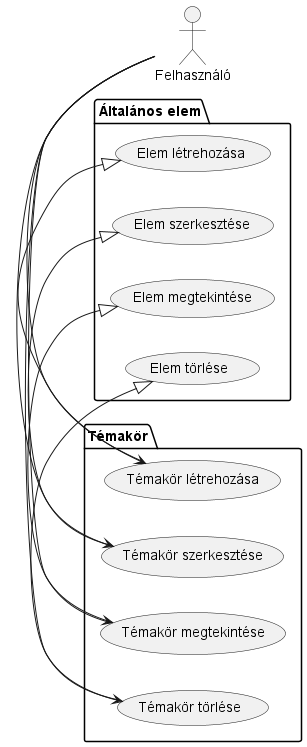
Above: DiplomatervSablon_LaTeX_v1/figures/Topic Diagram.png in LaciProg/Szakdolgozat (PlantUML), before the change. Its diagram source:
```plantuml
@startuml Topic Diagram

left to right direction

actor Felhasználó

package "Általános elem" {
    usecase "Elem létrehozása" as CreateElement
    usecase "Elem szerkesztése" as EditElement
    usecase "Elem megtekintése" as ViewElement
    usecase "Elem törlése" as DeleteElement
}

package "Témakör" {
    usecase "Témakör létrehozása" as CreateTopic
    usecase "Témakör szerkesztése" as EditTopic
    usecase "Témakör megtekintése" as ViewTopic
    usecase "Témakör törlése" as DeleteTopic

    CreateTopic -|> CreateElement
    EditTopic -|> EditElement
    ViewTopic -|> ViewElement
    DeleteTopic -|> DeleteElement
}

Felhasználó -> CreateTopic
Felhasználó -> EditTopic
Felhasználó -> ViewTopic
Felhasználó -> DeleteTopic

@enduml
```
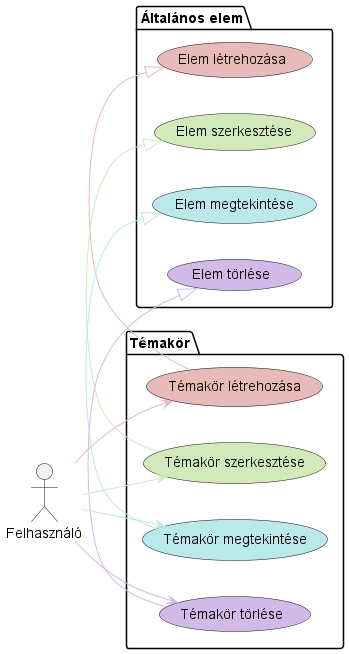
After the commit.

What changed in the source:
```diff
@@ -5,27 +5,27 @@
 actor Felhasználó
 
 package "Általános elem" {
-    usecase "Elem létrehozása" as CreateElement
-    usecase "Elem szerkesztése" as EditElement
-    usecase "Elem megtekintése" as ViewElement
-    usecase "Elem törlése" as DeleteElement
+    usecase "Elem létrehozása" as CreateElement #E9BABA
+    usecase "Elem szerkesztése" as EditElement #D2E9BA
+    usecase "Elem megtekintése" as ViewElement #BAE9E9
+    usecase "Elem törlése" as DeleteElement #D1BAE9
 }
 
 package "Témakör" {
-    usecase "Témakör létrehozása" as CreateTopic
-    usecase "Témakör szerkesztése" as EditTopic
-    usecase "Témakör megtekintése" as ViewTopic
-    usecase "Témakör törlése" as DeleteTopic
+    usecase "Témakör létrehozása" as CreateTopic #E9BABA
+    usecase "Témakör szerkesztése" as EditTopic #D2E9BA
+    usecase "Témakör megtekintése" as ViewTopic #BAE9E9
+    usecase "Témakör törlése" as DeleteTopic #D1BAE9
 
-    CreateTopic -|> CreateElement
-    EditTopic -|> EditElement
-    ViewTopic -|> ViewElement
-    DeleteTopic -|> DeleteElement
+    CreateTopic -[#E9BABA]|> CreateElement
+    EditTopic -[#D2E9BA]|> EditElement
+    ViewTopic -[#BAE9E9]|> ViewElement
+    DeleteTopic -[#D1BAE9]|> DeleteElement
 }
 
-Felhasználó -> CreateTopic
-Felhasználó -> EditTopic
-Felhasználó -> ViewTopic
-Felhasználó -> DeleteTopic
+Felhasználó -[#E9BABA]-> CreateTopic
+Felhasználó -[#D2E9BA]-> EditTopic
+Felhasználó -[#BAE9E9]-> ViewTopic
+Felhasználó -[#D1BAE9]-> DeleteTopic
 
 @enduml
```
